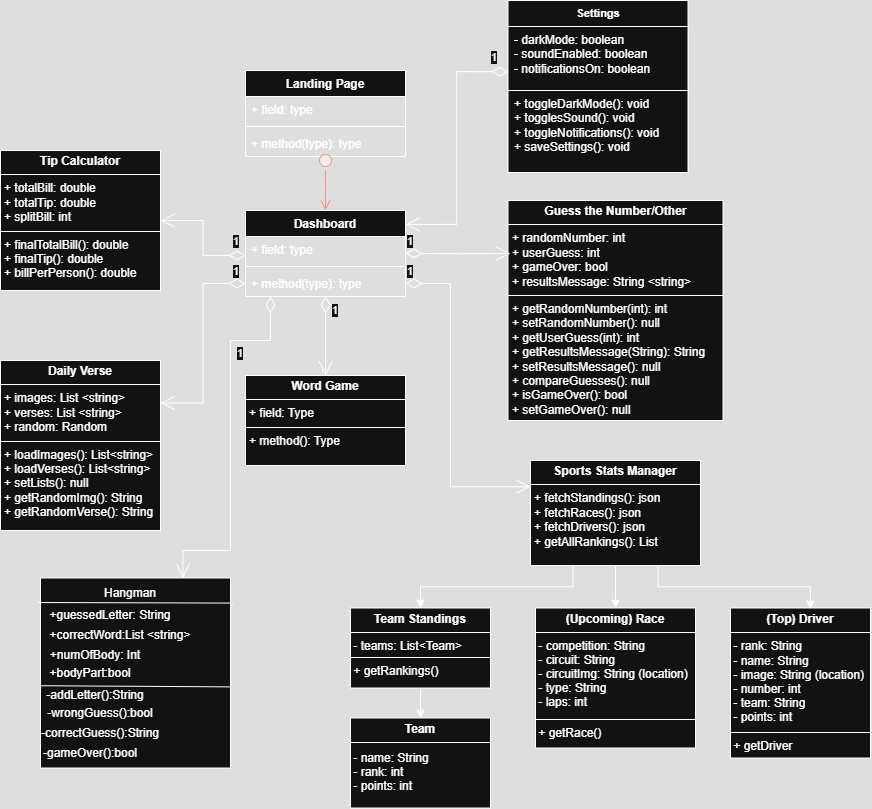
Earlier version of the draw.io export github_images/Software_Final_Verse_UML.drawio.png (aoverko/Software-Engineering-Final). Source tidied: cells renumbered, new cells last; positions are measured from the earlier drawing's top-left corner, leaving out a move shared by most shapes.
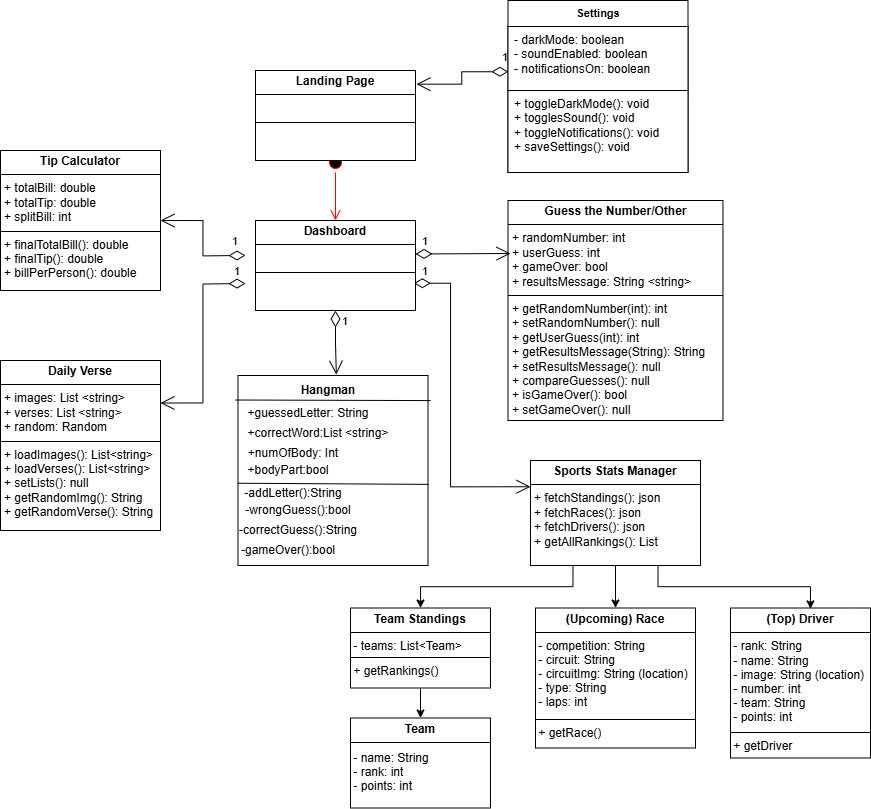
Later version of the same file.

The edit, as a diff of the source:
```diff
@@ -2,40 +2,11 @@
   <root>
     <mxCell id="0" />
     <mxCell id="1" parent="0" />
-    <mxCell id="2" style="whiteSpace=wrap;html=1;" parent="1" vertex="1">
-      <mxGeometry x="40" y="577.5" width="190" height="190" as="geometry" />
-    </mxCell>
-    <mxCell id="3" value="Landing Page" style="swimlane;fontStyle=1;align=center;verticalAlign=top;horizontal=1;startSize=26;whiteSpace=wrap;html=1;" parent="1" vertex="1">
-      <mxGeometry x="245" y="70" width="160" height="86" as="geometry" />
-    </mxCell>
-    <mxCell id="4" value="+ field: type" style="text;strokeColor=none;fillColor=none;align=left;verticalAlign=top;spacingLeft=4;spacingRight=4;overflow=hidden;whiteSpace=wrap;html=1;" parent="3" vertex="1">
-      <mxGeometry y="26" width="160" height="26" as="geometry" />
-    </mxCell>
-    <mxCell id="5" style="line;strokeWidth=1;fillColor=none;align=left;verticalAlign=middle;spacingTop=-1;spacingLeft=3;spacingRight=3;labelPosition=right;strokeColor=inherit;" parent="3" vertex="1">
-      <mxGeometry y="52" width="160" height="8" as="geometry" />
-    </mxCell>
-    <mxCell id="6" value="+ method(type): type" style="text;strokeColor=none;fillColor=none;align=left;verticalAlign=top;spacingLeft=4;spacingRight=4;overflow=hidden;whiteSpace=wrap;html=1;" parent="3" vertex="1">
-      <mxGeometry y="60" width="160" height="26" as="geometry" />
-    </mxCell>
-    <mxCell id="7" value="Dashboard" style="swimlane;fontStyle=1;align=center;verticalAlign=top;horizontal=1;startSize=26;whiteSpace=wrap;html=1;" parent="1" vertex="1">
-      <mxGeometry x="245" y="210" width="160" height="86" as="geometry" />
-    </mxCell>
-    <mxCell id="8" value="+ field: type" style="text;strokeColor=none;fillColor=none;align=left;verticalAlign=top;spacingLeft=4;spacingRight=4;overflow=hidden;points=[[0,0.5],[1,0.5]];portConstraint=eastwest;whiteSpace=wrap;html=1;" parent="7" vertex="1">
-      <mxGeometry y="26" width="160" height="26" as="geometry" />
-    </mxCell>
-    <mxCell id="9" style="line;strokeWidth=1;fillColor=none;align=left;verticalAlign=middle;spacingTop=-1;spacingLeft=3;spacingRight=3;labelPosition=right;strokeColor=inherit;" parent="7" vertex="1">
-      <mxGeometry y="52" width="160" height="8" as="geometry" />
-    </mxCell>
-    <mxCell id="10" value="+ method(type): type" style="text;strokeColor=none;fillColor=none;align=left;verticalAlign=top;spacingLeft=4;spacingRight=4;overflow=hidden;points=[[0,0.5],[1,0.5]];portConstraint=eastwest;whiteSpace=wrap;html=1;" parent="7" vertex="1">
-      <mxGeometry y="60" width="160" height="26" as="geometry" />
-    </mxCell>
     <mxCell id="11" style="ellipse;html=1;shape=startState;fillColor=#000000;strokeColor=#ff0000;" parent="1" vertex="1">
-      <mxGeometry x="315" y="150" width="20" height="20" as="geometry" />
+      <mxGeometry x="325" y="152" width="20" height="20" as="geometry" />
     </mxCell>
-    <mxCell id="12" style="edgeStyle=orthogonalEdgeStyle;html=1;verticalAlign=bottom;endArrow=open;endSize=8;strokeColor=#ff0000;rounded=0;" parent="1" edge="1" source="11">
-      <mxGeometry relative="1" as="geometry">
-        <mxPoint x="325" y="210" as="targetPoint" />
-      </mxGeometry>
+    <mxCell id="12" style="edgeStyle=orthogonalEdgeStyle;html=1;verticalAlign=bottom;endArrow=open;endSize=8;strokeColor=#ff0000;rounded=0;entryX=0.5;entryY=0;entryDx=0;entryDy=0;exitX=0.5;exitY=1;exitDx=0;exitDy=0;" parent="1" edge="1" source="11" target="7">
+      <mxGeometry relative="1" as="geometry" />
     </mxCell>
     <mxCell id="13" value="&lt;p style=&quot;margin:0px;margin-top:4px;text-align:center;&quot;&gt;&lt;b&gt;Tip Calculator&lt;/b&gt;&lt;/p&gt;&lt;hr size=&quot;1&quot; style=&quot;border-style:solid;&quot;&gt;&lt;p style=&quot;margin:0px;margin-left:4px;&quot;&gt;+ totalBill: double&lt;/p&gt;&lt;p style=&quot;margin:0px;margin-left:4px;&quot;&gt;+ totalTip: double&lt;/p&gt;&lt;p style=&quot;margin:0px;margin-left:4px;&quot;&gt;+ splitBill: int&lt;/p&gt;&lt;hr size=&quot;1&quot; style=&quot;border-style:solid;&quot;&gt;&lt;p style=&quot;margin:0px;margin-left:4px;&quot;&gt;+ finalTotalBill(): double&lt;/p&gt;&lt;p style=&quot;margin:0px;margin-left:4px;&quot;&gt;+ finalTip(): double&lt;/p&gt;&lt;p style=&quot;margin:0px;margin-left:4px;&quot;&gt;+ billPerPerson(): double&lt;/p&gt;" style="verticalAlign=top;align=left;overflow=fill;html=1;whiteSpace=wrap;" parent="1" vertex="1">
       <mxGeometry y="150" width="160" height="140" as="geometry" />
@@ -49,28 +20,26 @@
     <mxCell id="16" value="&lt;p style=&quot;margin:0px;margin-top:4px;text-align:center;&quot;&gt;&lt;b&gt;Guess the Number/Other&lt;/b&gt;&lt;/p&gt;&lt;hr size=&quot;1&quot; style=&quot;border-style:solid;&quot;&gt;&lt;p style=&quot;margin:0px;margin-left:4px;&quot;&gt;+ randomNumber: int&lt;/p&gt;&lt;p style=&quot;margin:0px;margin-left:4px;&quot;&gt;+ userGuess: int&lt;/p&gt;&lt;p style=&quot;margin:0px;margin-left:4px;&quot;&gt;+ gameOver: bool&lt;br&gt;&lt;/p&gt;&lt;p style=&quot;margin:0px;margin-left:4px;&quot;&gt;+ resultsMessage: String &amp;lt;string&amp;gt;&lt;/p&gt;&lt;hr size=&quot;1&quot; style=&quot;border-style:solid;&quot;&gt;&lt;p style=&quot;margin:0px;margin-left:4px;&quot;&gt;+ getRandomNumber(int): int&lt;/p&gt;&lt;p style=&quot;margin:0px;margin-left:4px;&quot;&gt;+ setRandomNumber(): null&lt;/p&gt;&lt;p style=&quot;margin:0px;margin-left:4px;&quot;&gt;+ getUserGuess(int): int&lt;/p&gt;&lt;p style=&quot;margin:0px;margin-left:4px;&quot;&gt;+ getResultsMessage(String): String&lt;/p&gt;&lt;p style=&quot;margin:0px;margin-left:4px;&quot;&gt;+ setResultsMessage(): null&lt;/p&gt;&lt;p style=&quot;margin:0px;margin-left:4px;&quot;&gt;+ compareGuesses(): null&lt;/p&gt;&lt;p style=&quot;margin:0px;margin-left:4px;&quot;&gt;+ isGameOver(): bool&lt;/p&gt;&lt;p style=&quot;margin:0px;margin-left:4px;&quot;&gt;+ setGameOver(): null&lt;/p&gt;" style="verticalAlign=top;align=left;overflow=fill;html=1;whiteSpace=wrap;" parent="1" vertex="1">
       <mxGeometry x="507.5" y="200" width="215" height="220" as="geometry" />
     </mxCell>
-    <mxCell id="17" value="&lt;p style=&quot;margin:0px;margin-top:4px;text-align:center;&quot;&gt;&lt;b&gt;Word Game&lt;/b&gt;&lt;/p&gt;&lt;hr size=&quot;1&quot; style=&quot;border-style:solid;&quot;&gt;&lt;p style=&quot;margin:0px;margin-left:4px;&quot;&gt;+ field: Type&lt;/p&gt;&lt;hr size=&quot;1&quot; style=&quot;border-style:solid;&quot;&gt;&lt;p style=&quot;margin:0px;margin-left:4px;&quot;&gt;+ method(): Type&lt;/p&gt;" style="verticalAlign=top;align=left;overflow=fill;html=1;whiteSpace=wrap;" parent="1" vertex="1">
-      <mxGeometry x="245" y="375" width="160" height="90" as="geometry" />
-    </mxCell>
-    <mxCell id="18" value="1" style="endArrow=open;html=1;endSize=12;startArrow=diamondThin;startSize=14;startFill=0;edgeStyle=orthogonalEdgeStyle;align=left;verticalAlign=bottom;rounded=0;entryX=1;entryY=0.162;entryDx=0;entryDy=0;entryPerimeter=0;exitX=0.002;exitY=0.707;exitDx=0;exitDy=0;exitPerimeter=0;" parent="1" edge="1" source="32" target="7">
+    <mxCell id="18" value="1" style="endArrow=open;html=1;endSize=12;startArrow=diamondThin;startSize=14;startFill=0;edgeStyle=orthogonalEdgeStyle;align=left;verticalAlign=bottom;rounded=0;entryX=1.006;entryY=0.152;entryDx=0;entryDy=0;entryPerimeter=0;exitX=0.002;exitY=0.707;exitDx=0;exitDy=0;exitPerimeter=0;" parent="1" edge="1" source="32" target="3">
       <mxGeometry x="-0.86" y="-5" relative="1" as="geometry" />
     </mxCell>
-    <mxCell id="19" value="1" style="endArrow=open;html=1;endSize=12;startArrow=diamondThin;startSize=14;startFill=0;edgeStyle=orthogonalEdgeStyle;align=left;verticalAlign=bottom;rounded=0;exitX=1;exitY=0.5;exitDx=0;exitDy=0;entryX=0;entryY=0.25;entryDx=0;entryDy=0;" parent="1" edge="1" source="10" target="15">
-      <mxGeometry x="-1" y="3" relative="1" as="geometry">
+    <mxCell id="19" value="1" style="endArrow=open;html=1;endSize=12;startArrow=diamondThin;startSize=14;startFill=0;edgeStyle=orthogonalEdgeStyle;align=left;verticalAlign=bottom;rounded=0;entryX=0;entryY=0.25;entryDx=0;entryDy=0;exitX=0.99;exitY=0.697;exitDx=0;exitDy=0;exitPerimeter=0;" parent="1" edge="1" source="7" target="15">
+      <mxGeometry x="-0.96" y="3" relative="1" as="geometry">
         <Array as="points">
           <mxPoint x="450" y="283" />
           <mxPoint x="450" y="486" />
         </Array>
       </mxGeometry>
     </mxCell>
-    <mxCell id="20" value="1" style="endArrow=open;html=1;endSize=12;startArrow=diamondThin;startSize=14;startFill=0;edgeStyle=orthogonalEdgeStyle;align=left;verticalAlign=bottom;rounded=0;exitX=0.501;exitY=1;exitDx=0;exitDy=0;exitPerimeter=0;entryX=0.5;entryY=0;entryDx=0;entryDy=0;" parent="1" edge="1" source="10" target="17">
-      <mxGeometry x="-0.43" y="5" relative="1" as="geometry" />
-    </mxCell>
-    <mxCell id="21" value="1" style="endArrow=open;html=1;endSize=12;startArrow=diamondThin;startSize=14;startFill=0;edgeStyle=orthogonalEdgeStyle;align=left;verticalAlign=bottom;rounded=0;exitX=0;exitY=0.5;exitDx=0;exitDy=0;entryX=1;entryY=0.25;entryDx=0;entryDy=0;" parent="1" edge="1" source="10" target="14">
-      <mxGeometry x="-0.86" y="-3" relative="1" as="geometry" />
+    <mxCell id="21" value="1" style="endArrow=open;html=1;endSize=12;startArrow=diamondThin;startSize=14;startFill=0;edgeStyle=orthogonalEdgeStyle;align=left;verticalAlign=bottom;rounded=0;exitX=0;exitY=0.5;exitDx=0;exitDy=0;entryX=1;entryY=0.25;entryDx=0;entryDy=0;" parent="1" edge="1" target="14">
+      <mxGeometry x="-0.86" y="-3" relative="1" as="geometry">
+        <mxPoint x="245" y="283" as="sourcePoint" />
+      </mxGeometry>
     </mxCell>
-    <mxCell id="22" value="1" style="endArrow=open;html=1;endSize=12;startArrow=diamondThin;startSize=14;startFill=0;edgeStyle=orthogonalEdgeStyle;align=left;verticalAlign=bottom;rounded=0;exitX=0;exitY=0.728;exitDx=0;exitDy=0;entryX=1;entryY=0.5;entryDx=0;entryDy=0;exitPerimeter=0;" parent="1" edge="1" source="8" target="13">
-      <mxGeometry x="-0.75" y="-5" relative="1" as="geometry" />
+    <mxCell id="22" value="1" style="endArrow=open;html=1;endSize=12;startArrow=diamondThin;startSize=14;startFill=0;edgeStyle=orthogonalEdgeStyle;align=left;verticalAlign=bottom;rounded=0;exitX=0;exitY=0.728;exitDx=0;exitDy=0;entryX=1;entryY=0.5;entryDx=0;entryDy=0;exitPerimeter=0;" parent="1" edge="1" target="13">
+      <mxGeometry x="-0.75" y="-5" relative="1" as="geometry">
+        <mxPoint x="245" y="254.9" as="sourcePoint" />
+      </mxGeometry>
     </mxCell>
     <mxCell id="23" style="edgeStyle=orthogonalEdgeStyle;rounded=0;jettySize=auto;html=1;exitX=0.5;exitY=1;exitDx=0;exitDy=0;entryX=0.5;entryY=0;entryDx=0;entryDy=0;" parent="1" edge="1" source="24" target="30">
       <mxGeometry relative="1" as="geometry" />
@@ -105,55 +74,58 @@
     <mxCell id="33" value="+ toggleDarkMode(): void&lt;div&gt;+ togglesSound(): void&lt;/div&gt;&lt;div&gt;+ toggleNotifications(): void&lt;/div&gt;&lt;div&gt;+ saveSettings(): void&lt;/div&gt;" style="text;strokeColor=default;fillColor=#FFFFFF;align=left;verticalAlign=top;spacingLeft=4;spacingRight=4;overflow=hidden;whiteSpace=wrap;html=1;" parent="31" vertex="1">
       <mxGeometry y="90" width="180" height="82" as="geometry" />
     </mxCell>
-    <mxCell id="34" value="1" style="endArrow=open;html=1;endSize=12;startArrow=diamondThin;startSize=14;startFill=0;edgeStyle=orthogonalEdgeStyle;align=left;verticalAlign=bottom;rounded=0;" parent="1" edge="1">
-      <mxGeometry x="-1" y="3" relative="1" as="geometry">
-        <mxPoint x="405" y="252.8" as="sourcePoint" />
-        <mxPoint x="510" y="253" as="targetPoint" />
-      </mxGeometry>
-    </mxCell>
+    <mxCell id="47" style="group;" parent="1" vertex="1">
+      <mxGeometry x="222.5" y="375" width="205" height="190" as="geometry" />
+    </mxCell>
+    <mxCell id="2" style="whiteSpace=wrap;html=1;" parent="47" vertex="1">
+      <mxGeometry x="15" width="190" height="190" as="geometry" />
+    </mxCell>
-    <mxCell id="35" value="Hangman" style="text;strokeColor=none;align=center;fillColor=none;html=1;verticalAlign=middle;whiteSpace=wrap;rounded=0;" parent="1" vertex="1">
-      <mxGeometry x="100" y="577.5" width="60" height="30" as="geometry" />
+    <mxCell id="35" value="&lt;b&gt;Hangman&lt;/b&gt;" style="text;strokeColor=none;align=center;fillColor=none;html=1;verticalAlign=middle;whiteSpace=wrap;rounded=0;" parent="47" vertex="1">
+      <mxGeometry x="75" width="60" height="30" as="geometry" />
     </mxCell>
-    <mxCell id="36" value="+guessedLetter: String" style="text;html=1;align=center;verticalAlign=middle;whiteSpace=wrap;rounded=0;" parent="1" vertex="1">
-      <mxGeometry x="45" y="600" width="130" height="30" as="geometry" />
+    <mxCell id="36" value="+guessedLetter: String" style="text;html=1;align=center;verticalAlign=middle;whiteSpace=wrap;rounded=0;" parent="47" vertex="1">
+      <mxGeometry x="20" y="22.5" width="130" height="30" as="geometry" />
     </mxCell>
-    <mxCell id="37" value="+correctWord:List &amp;lt;string&amp;gt;" style="text;html=1;align=center;verticalAlign=middle;whiteSpace=wrap;rounded=0;" parent="1" vertex="1">
-      <mxGeometry x="40" y="620" width="160" height="30" as="geometry" />
+    <mxCell id="37" value="+correctWord:List &amp;lt;string&amp;gt;" style="text;html=1;align=center;verticalAlign=middle;whiteSpace=wrap;rounded=0;" parent="47" vertex="1">
+      <mxGeometry x="15" y="42.5" width="160" height="30" as="geometry" />
     </mxCell>
-    <mxCell id="38" value="-addLetter():String" style="text;html=1;align=center;verticalAlign=middle;whiteSpace=wrap;rounded=0;" parent="1" vertex="1">
-      <mxGeometry x="25" y="680" width="140" height="30" as="geometry" />
+    <mxCell id="38" value="-addLetter():String" style="text;html=1;align=center;verticalAlign=middle;whiteSpace=wrap;rounded=0;" parent="47" vertex="1">
+      <mxGeometry y="102.5" width="140" height="30" as="geometry" />
     </mxCell>
-    <mxCell id="39" value="+numOfBody: Int" style="text;html=1;align=center;verticalAlign=middle;whiteSpace=wrap;rounded=0;" parent="1" vertex="1">
-      <mxGeometry x="40" y="640" width="110" height="30" as="geometry" />
+    <mxCell id="39" value="+numOfBody: Int" style="text;html=1;align=center;verticalAlign=middle;whiteSpace=wrap;rounded=0;" parent="47" vertex="1">
+      <mxGeometry x="15" y="62.5" width="110" height="30" as="geometry" />
     </mxCell>
-    <mxCell id="40" value="-wrongGuess():bool" style="text;html=1;align=center;verticalAlign=middle;whiteSpace=wrap;rounded=0;" parent="1" vertex="1">
-      <mxGeometry x="25" y="697.5" width="150" height="30" as="geometry" />
+    <mxCell id="40" value="-wrongGuess():bool" style="text;html=1;align=center;verticalAlign=middle;whiteSpace=wrap;rounded=0;" parent="47" vertex="1">
+      <mxGeometry y="120" width="150" height="30" as="geometry" />
     </mxCell>
-    <mxCell id="41" value="-correctGuess():String" style="text;html=1;align=center;verticalAlign=middle;whiteSpace=wrap;rounded=0;" parent="1" vertex="1">
-      <mxGeometry x="25" y="717.5" width="150" height="30" as="geometry" />
+    <mxCell id="41" value="-correctGuess():String" style="text;html=1;align=center;verticalAlign=middle;whiteSpace=wrap;rounded=0;" parent="47" vertex="1">
+      <mxGeometry y="140" width="150" height="30" as="geometry" />
     </mxCell>
-    <mxCell id="42" value="+bodyPart:bool" style="text;html=1;align=center;verticalAlign=middle;whiteSpace=wrap;rounded=0;" parent="1" vertex="1">
-      <mxGeometry x="60" y="657.5" width="60" height="30" as="geometry" />
+    <mxCell id="42" value="+bodyPart:bool" style="text;html=1;align=center;verticalAlign=middle;whiteSpace=wrap;rounded=0;" parent="47" vertex="1">
+      <mxGeometry x="35" y="80" width="60" height="30" as="geometry" />
     </mxCell>
-    <mxCell id="43" style="endArrow=none;html=1;rounded=0;entryX=1.014;entryY=0.132;entryDx=0;entryDy=0;entryPerimeter=0;exitX=-0.013;exitY=0.129;exitDx=0;exitDy=0;exitPerimeter=0;" parent="1" edge="1" source="2" target="2">
+    <mxCell id="43" style="endArrow=none;html=1;rounded=0;entryX=1.014;entryY=0.132;entryDx=0;entryDy=0;entryPerimeter=0;exitX=-0.013;exitY=0.129;exitDx=0;exitDy=0;exitPerimeter=0;" parent="47" edge="1" source="2" target="2">
       <mxGeometry relative="1" as="geometry" />
     </mxCell>
-    <mxCell id="44" style="endArrow=none;html=1;rounded=0;entryX=1.003;entryY=0.573;entryDx=0;entryDy=0;exitX=0.001;exitY=0.567;exitDx=0;exitDy=0;exitPerimeter=0;entryPerimeter=0;" parent="1" edge="1" source="2" target="2">
+    <mxCell id="44" style="endArrow=none;html=1;rounded=0;entryX=1.003;entryY=0.573;entryDx=0;entryDy=0;exitX=0.001;exitY=0.567;exitDx=0;exitDy=0;exitPerimeter=0;entryPerimeter=0;" parent="47" edge="1" source="2" target="2">
       <mxGeometry relative="1" as="geometry" />
     </mxCell>
-    <mxCell id="45" value="-gameOver():bool" style="text;html=1;align=center;verticalAlign=middle;whiteSpace=wrap;rounded=0;" parent="1" vertex="1">
-      <mxGeometry x="40" y="737.5" width="100" height="30" as="geometry" />
+    <mxCell id="45" value="-gameOver():bool" style="text;html=1;align=center;verticalAlign=middle;whiteSpace=wrap;rounded=0;" parent="47" vertex="1">
+      <mxGeometry x="15" y="160" width="100" height="30" as="geometry" />
     </mxCell>
-    <mxCell id="46" value="1" style="endArrow=open;html=1;endSize=12;startArrow=diamondThin;startSize=14;startFill=0;edgeStyle=orthogonalEdgeStyle;align=left;verticalAlign=bottom;rounded=0;exitX=0.501;exitY=1;exitDx=0;exitDy=0;exitPerimeter=0;entryX=0.75;entryY=0;entryDx=0;entryDy=0;" parent="1" edge="1" target="2">
-      <mxGeometry x="-0.43" y="5" relative="1" as="geometry">
-        <mxPoint x="270" y="296" as="sourcePoint" />
-        <Array as="points">
-          <mxPoint x="270" y="340" />
-          <mxPoint x="230" y="340" />
-          <mxPoint x="230" y="550" />
-          <mxPoint x="183" y="550" />
-        </Array>
-      </mxGeometry>
-    </mxCell>
+    <mxCell id="3" value="&lt;p style=&quot;margin:0px;margin-top:4px;text-align:center;&quot;&gt;&lt;b&gt;Landing Page&lt;/b&gt;&lt;/p&gt;&lt;hr size=&quot;1&quot; style=&quot;border-style:solid;&quot;&gt;&lt;p style=&quot;margin:0px;margin-left:4px;&quot;&gt;&lt;br&gt;&lt;/p&gt;&lt;hr size=&quot;1&quot; style=&quot;border-style:solid;&quot;&gt;&lt;p style=&quot;margin:0px;margin-left:4px;&quot;&gt;&lt;br&gt;&lt;/p&gt;" style="verticalAlign=top;align=left;overflow=fill;html=1;whiteSpace=wrap;" parent="1" vertex="1">
+      <mxGeometry x="255" y="70" width="160" height="90" as="geometry" />
+    </mxCell>
+    <mxCell id="7" value="&lt;p style=&quot;margin:0px;margin-top:4px;text-align:center;&quot;&gt;&lt;b&gt;Dashboard&lt;/b&gt;&lt;/p&gt;&lt;hr size=&quot;1&quot; style=&quot;border-style:solid;&quot;&gt;&lt;p style=&quot;margin:0px;margin-left:4px;&quot;&gt;&lt;br&gt;&lt;/p&gt;&lt;hr size=&quot;1&quot; style=&quot;border-style:solid;&quot;&gt;&lt;p style=&quot;margin:0px;margin-left:4px;&quot;&gt;&lt;br&gt;&lt;/p&gt;" style="verticalAlign=top;align=left;overflow=fill;html=1;whiteSpace=wrap;" parent="1" vertex="1">
+      <mxGeometry x="255" y="220" width="160" height="90" as="geometry" />
+    </mxCell>
+    <mxCell id="48" value="1" style="endArrow=open;html=1;endSize=12;startArrow=diamondThin;startSize=14;startFill=0;edgeStyle=orthogonalEdgeStyle;align=left;verticalAlign=bottom;rounded=0;exitX=0.5;exitY=1;exitDx=0;exitDy=0;entryX=0.639;entryY=-0.028;entryDx=0;entryDy=0;entryPerimeter=0;" parent="1" edge="1" source="7" target="35">
+      <mxGeometry x="-0.38" y="5" relative="1" as="geometry" />
+    </mxCell>
+    <mxCell id="34" value="1" style="endArrow=open;html=1;endSize=12;startArrow=diamondThin;startSize=14;startFill=0;edgeStyle=orthogonalEdgeStyle;align=left;verticalAlign=bottom;rounded=0;exitX=1;exitY=0.372;exitDx=0;exitDy=0;exitPerimeter=0;" parent="1" edge="1" source="7">
+      <mxGeometry x="-0.89" y="3" relative="1" as="geometry">
+        <mxPoint x="510" y="253" as="targetPoint" />
+      </mxGeometry>
+    </mxCell>
   </root>
 </mxGraphModel>
```
